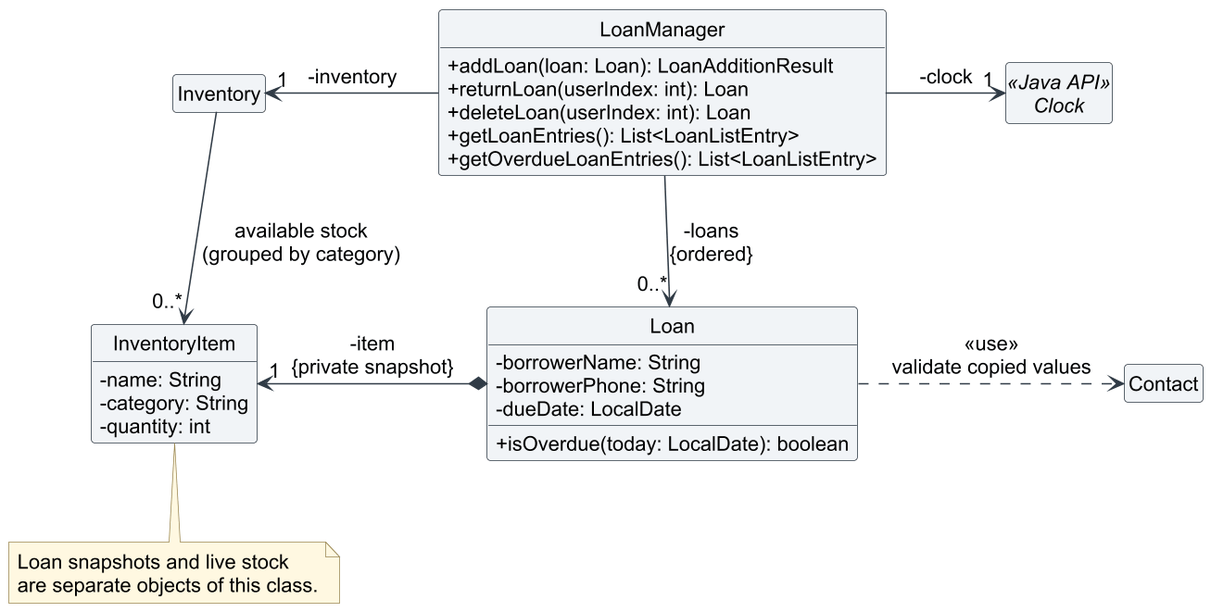
AY2627S1-CS2113-T11-3/tp keeps this PlantUML diagram as docs/images/loan-tracking-class.png. Above is the earlier version.
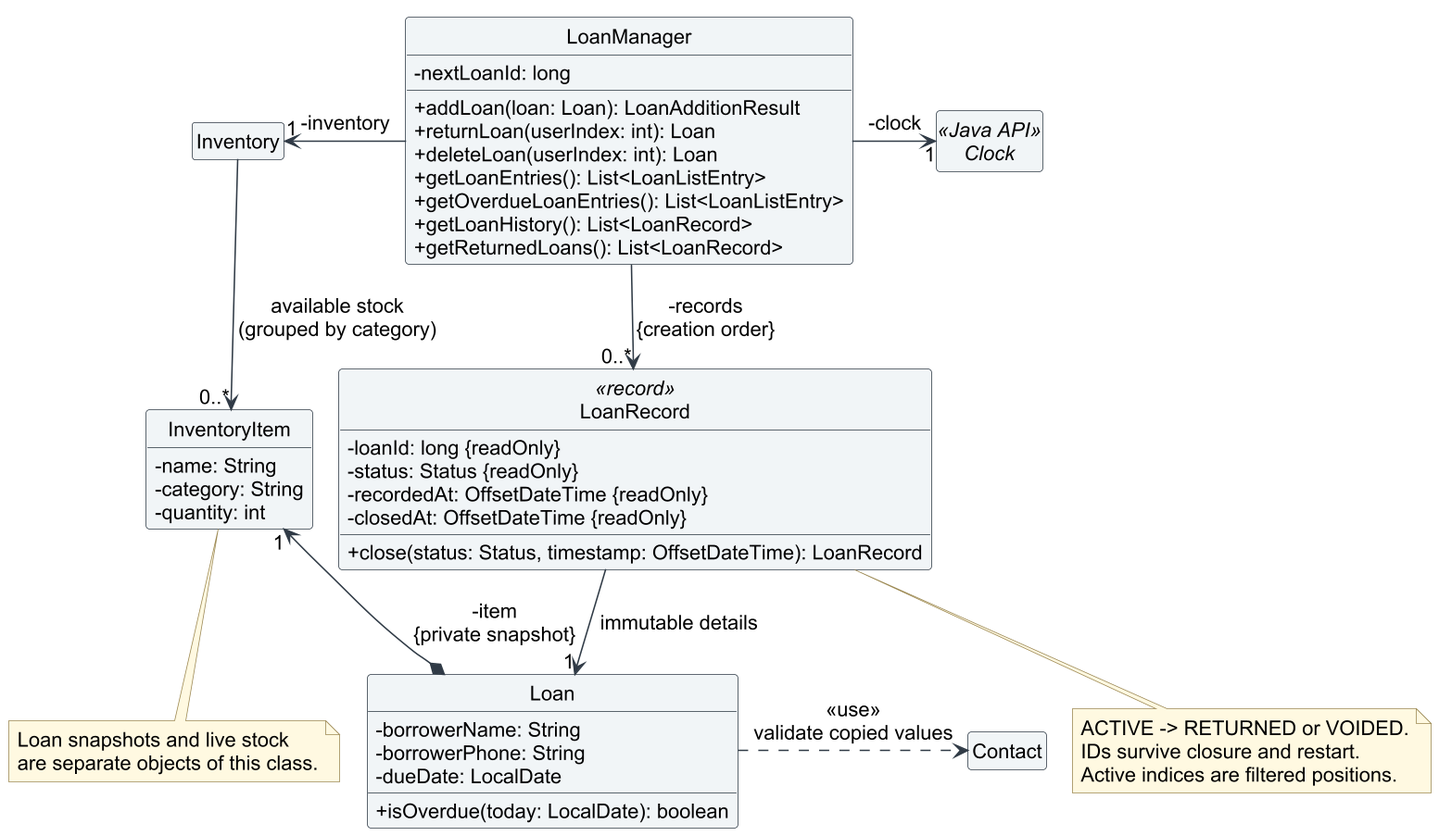
After the commit.

Diff of the diagram source:
```diff
@@ -1,4 +1,5 @@
 @startuml
+!pragma layout smetana
 !include loan-style.puml
 hide circle
 hide empty members
@@ -7,11 +8,22 @@
 skinparam ranksep 55
 
 class LoanManager {
+    -nextLoanId: long
     +addLoan(loan: Loan): LoanAdditionResult
     +returnLoan(userIndex: int): Loan
     +deleteLoan(userIndex: int): Loan
     +getLoanEntries(): List<LoanListEntry>
     +getOverdueLoanEntries(): List<LoanListEntry>
+    +getLoanHistory(): List<LoanRecord>
+    +getReturnedLoans(): List<LoanRecord>
+}
+
+class LoanRecord <<record>> {
+    -loanId: long {readOnly}
+    -status: Status {readOnly}
+    -recordedAt: OffsetDateTime {readOnly}
+    -closedAt: OffsetDateTime {readOnly}
+    +close(status: Status, timestamp: OffsetDateTime): LoanRecord
 }
 
 class Inventory
@@ -34,10 +46,17 @@
 
 LoanManager -left-> "1" Inventory : -inventory
 LoanManager -right-> "1" Clock : -clock
-LoanManager -down-> "0..*" Loan : -loans\n{ordered}
+LoanManager -down-> "0..*" LoanRecord : -records\n{creation order}
+LoanRecord --> "1" Loan : immutable details
 Loan *-left-> "1" InventoryItem : -item\n{private snapshot}
 Inventory -down-> "0..*" InventoryItem : available stock\n(grouped by category)
 Loan .right.> Contact : <<use>>\nvalidate copied values
+
+note bottom of LoanRecord
+  ACTIVE -> RETURNED or VOIDED.
+  IDs survive closure and restart.
+  Active indices are filtered positions.
+end note
 
 note bottom of InventoryItem
   Loan snapshots and live stock
```
